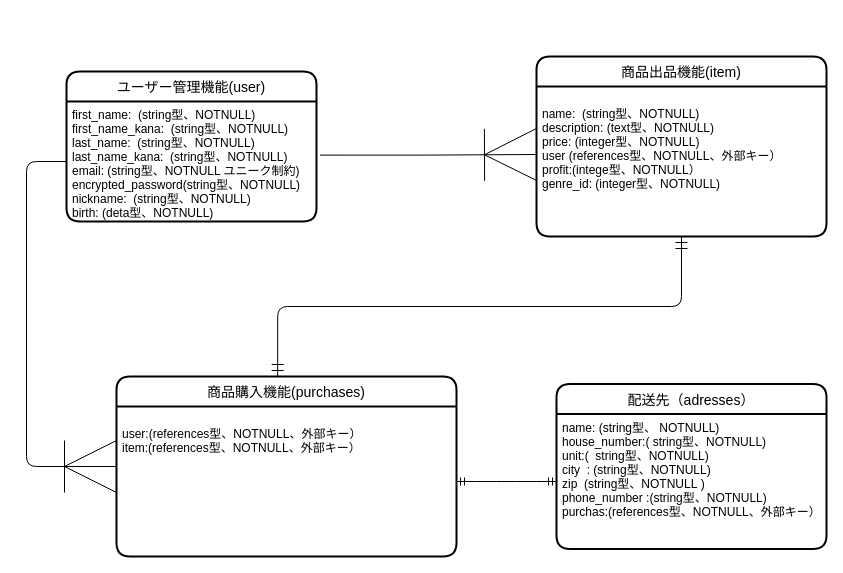
Earlier version of the draw.io diagram furima.dio (yoshiocamp/furima-40747). Source tidied: cells renumbered, new cells numbered last; positions are measured from the earlier drawing's top-left corner, leaving out a move shared by most shapes. Both pictures are drawn from the tidied source at 100%, with x=0, y=0 at pixel (26, 56).
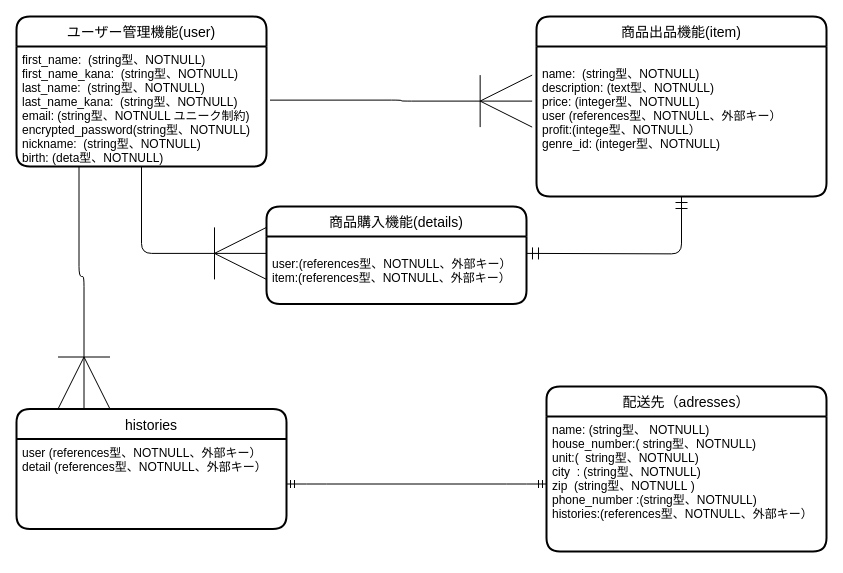
The same page after the edit.

Commit message (it also covers changes not shown here):
DB設計の修正４

The change refers to these unchanged cells:
```xml
<mxCell id="3" value="first_name:  (string型、NOTNULL)&#10;first_name_kana:  (string型、NOTNULL)&#10;last_name:  (string型、NOTNULL)&#10;last_name_kana:  (string型、NOTNULL)&#10;email: (string型、NOTNULL ユニーク制約)&#10;encrypted_password(string型、NOTNULL)&#10;nickname:  (string型、NOTNULL)&#10;birth: (deta型、NOTNULL)&#10;" style="align=left;strokeColor=none;fillColor=none;spacingLeft=4;fontSize=12;verticalAlign=top;" parent="2" vertex="1">
  <mxGeometry y="30" width="250" height="120" as="geometry" />
</mxCell>
<mxCell id="7" value="&#10;name:  (string型、NOTNULL)&#10;description: (text型、NOTNULL)&#10;price: (integer型、NOTNULL)&#10;user (references型、NOTNULL、外部キー）&#10;profit:(intege型、NOTNULL）&#10;genre_id: (integer型、NOTNULL)" style="align=left;strokeColor=none;fillColor=none;spacingLeft=4;fontSize=12;verticalAlign=top;" parent="6" vertex="1">
  <mxGeometry y="30" width="290" height="150" as="geometry" />
</mxCell>
```

Change to the diagram source:
```diff
@@
     <mxCell id="2" value="ユーザー管理機能(user)" style="swimlane;horizontal=1;startSize=30;rounded=1;fontSize=14;fontStyle=0;strokeWidth=2;shadow=0;dashed=0;align=center;" parent="1" vertex="1">
-      <mxGeometry x="40" y="15" width="250" height="150" as="geometry" />
+      <mxGeometry x="-10" y="-40" width="250" height="150" as="geometry" />
     </mxCell>
@@
-    <mxCell id="4" value="商品購入機能(purchases)" style="swimlane;horizontal=1;startSize=30;rounded=1;fontSize=14;fontStyle=0;strokeWidth=2;shadow=0;dashed=0;align=center;" parent="1" vertex="1">
-      <mxGeometry x="90" y="320" width="340" height="180" as="geometry" />
+    <mxCell id="4" value="商品購入機能(details)" style="swimlane;horizontal=1;startSize=30;rounded=1;fontSize=14;fontStyle=0;strokeWidth=2;shadow=0;dashed=0;align=center;" parent="1" vertex="1">
+      <mxGeometry x="240" y="150" width="260" height="97.5" as="geometry" />
     </mxCell>
     <mxCell id="5" value="&#10;user:(references型、NOTNULL、外部キー）&#10;item:(references型、NOTNULL、外部キー）&#10;" style="align=left;strokeColor=none;fillColor=none;spacingLeft=4;fontSize=12;verticalAlign=top;" parent="4" vertex="1">
-      <mxGeometry y="30" width="340" height="150" as="geometry" />
+      <mxGeometry y="30" width="260" height="67.5" as="geometry" />
     </mxCell>
     <mxCell id="6" value="商品出品機能(item)" style="swimlane;horizontal=1;startSize=30;rounded=1;fontSize=14;fontStyle=0;strokeWidth=2;shadow=0;dashed=0;align=center;" parent="1" vertex="1">
-      <mxGeometry x="510" width="290" height="180" as="geometry" />
+      <mxGeometry x="510" y="-40" width="290" height="180" as="geometry" />
     </mxCell>
@@
-    <mxCell id="8" style="edgeStyle=orthogonalEdgeStyle;fontSize=12;html=1;endArrow=ERoneToMany;exitX=1.014;exitY=0.447;exitDx=0;exitDy=0;exitPerimeter=0;endSize=50;startSize=10;targetPerimeterSpacing=0;sourcePerimeterSpacing=0;jumpSize=5;jumpStyle=none;" parent="1" edge="1" source="3">
-      <mxGeometry relative="1" as="geometry">
-        <mxPoint x="510" y="98" as="targetPoint" />
-      </mxGeometry>
+    <mxCell id="8" style="edgeStyle=orthogonalEdgeStyle;fontSize=12;html=1;endArrow=ERoneToMany;exitX=1.014;exitY=0.447;exitDx=0;exitDy=0;exitPerimeter=0;endSize=50;startSize=10;targetPerimeterSpacing=0;sourcePerimeterSpacing=0;jumpSize=5;jumpStyle=none;entryX=-0.015;entryY=0.364;entryDx=0;entryDy=0;entryPerimeter=0;" parent="1" edge="1" source="3" target="7">
+      <mxGeometry relative="1" as="geometry" />
     </mxCell>
-    <mxCell id="9" style="edgeStyle=orthogonalEdgeStyle;fontSize=12;html=1;endArrow=ERoneToMany;startSize=10;endSize=50;sourcePerimeterSpacing=0;targetPerimeterSpacing=0;jumpStyle=none;jumpSize=5;entryX=0;entryY=0.5;entryDx=0;entryDy=0;exitX=0;exitY=0.5;exitDx=0;exitDy=0;" parent="1" edge="1" source="3" target="4">
+    <mxCell id="9" style="edgeStyle=orthogonalEdgeStyle;fontSize=12;html=1;endArrow=ERoneToMany;startSize=10;endSize=50;sourcePerimeterSpacing=0;targetPerimeterSpacing=0;jumpStyle=none;jumpSize=5;exitX=0.5;exitY=1;exitDx=0;exitDy=0;entryX=0;entryY=0.25;entryDx=0;entryDy=0;" parent="1" edge="1" source="3">
       <mxGeometry relative="1" as="geometry">
+        <mxPoint x="240" y="196.9" as="targetPoint" />
         <Array as="points">
-          <mxPoint y="105" />
-          <mxPoint y="410" />
+          <mxPoint x="115" y="197" />
         </Array>
       </mxGeometry>
     </mxCell>
-    <mxCell id="10" style="fontSize=12;html=1;endArrow=ERmandOne;startArrow=ERmandOne;startSize=10;endSize=10;sourcePerimeterSpacing=0;targetPerimeterSpacing=0;jumpStyle=none;jumpSize=5;entryX=0.5;entryY=1;entryDx=0;entryDy=0;exitX=0.474;exitY=0;exitDx=0;exitDy=0;edgeStyle=orthogonalEdgeStyle;exitPerimeter=0;" parent="1" edge="1" source="4" target="7">
-      <mxGeometry relative="1" as="geometry" />
+    <mxCell id="10" style="fontSize=12;html=1;endArrow=ERmandOne;startArrow=ERmandOne;startSize=10;endSize=10;sourcePerimeterSpacing=0;targetPerimeterSpacing=0;jumpStyle=none;jumpSize=5;entryX=0.5;entryY=1;entryDx=0;entryDy=0;exitX=1;exitY=0.25;exitDx=0;exitDy=0;edgeStyle=orthogonalEdgeStyle;" parent="1" edge="1" target="7">
+      <mxGeometry relative="1" as="geometry">
+        <mxPoint x="500" y="196.9" as="sourcePoint" />
+      </mxGeometry>
     </mxCell>
     <mxCell id="11" value="配送先（adresses）" style="swimlane;horizontal=1;startSize=30;rounded=1;fontSize=14;fontStyle=0;strokeWidth=2;shadow=0;dashed=0;align=center;" parent="1" vertex="1">
-      <mxGeometry x="530" y="327.5" width="270" height="165" as="geometry" />
+      <mxGeometry x="520" y="330" width="280" height="165" as="geometry" />
     </mxCell>
-    <mxCell id="12" value="name: (string型、 NOTNULL)&#10;house_number:( string型、NOTNULL)&#10;unit:(  string型、NOTNULL)        &#10;city  : (string型、NOTNULL)            &#10;zip  (string型、NOTNULL )       &#10;phone_number :(string型、NOTNULL)&#10;purchas:(references型、NOTNULL、外部キー）&#10;" style="align=left;strokeColor=none;fillColor=none;spacingLeft=4;fontSize=12;verticalAlign=top;" parent="11" vertex="1">
-      <mxGeometry y="30" width="270" height="135" as="geometry" />
+    <mxCell id="12" value="name: (string型、 NOTNULL)&#10;house_number:( string型、NOTNULL)&#10;unit:(  string型、NOTNULL)        &#10;city  : (string型、NOTNULL)            &#10;zip  (string型、NOTNULL )       &#10;phone_number :(string型、NOTNULL)&#10;histories:(references型、NOTNULL、外部キー）&#10;" style="align=left;strokeColor=none;fillColor=none;spacingLeft=4;fontSize=12;verticalAlign=top;" parent="11" vertex="1">
+      <mxGeometry y="30" width="280" height="135" as="geometry" />
     </mxCell>
-    <mxCell id="13" style="edgeStyle=entityRelationEdgeStyle;fontSize=12;html=1;endArrow=ERmandOne;startArrow=ERmandOne;exitX=1;exitY=0.5;exitDx=0;exitDy=0;entryX=0;entryY=0.5;entryDx=0;entryDy=0;" parent="1" edge="1" source="5" target="12">
+    <mxCell id="13" style="edgeStyle=entityRelationEdgeStyle;fontSize=12;html=1;endArrow=ERmandOne;startArrow=ERmandOne;entryX=0;entryY=0.5;entryDx=0;entryDy=0;exitX=1;exitY=0.5;exitDx=0;exitDy=0;" parent="1" edge="1" source="16" target="12">
       <mxGeometry relative="1" as="geometry" />
     </mxCell>
+    <mxCell id="14" value="histories" style="swimlane;horizontal=1;startSize=30;rounded=1;fontSize=14;fontStyle=0;strokeWidth=2;shadow=0;dashed=0;align=center;" parent="1" vertex="1">
+      <mxGeometry x="-10" y="352.5" width="270" height="120" as="geometry" />
+    </mxCell>
+    <mxCell id="15" style="edgeStyle=none;html=1;" parent="14" edge="1" source="16" target="14">
+      <mxGeometry relative="1" as="geometry" />
+    </mxCell>
+    <mxCell id="16" value="user (references型、NOTNULL、外部キー）&#10;detail (references型、NOTNULL、外部キー）" style="align=left;strokeColor=none;fillColor=none;spacingLeft=4;fontSize=12;verticalAlign=top;" parent="14" vertex="1">
+      <mxGeometry y="30" width="270" height="90" as="geometry" />
+    </mxCell>
+    <mxCell id="17" style="edgeStyle=orthogonalEdgeStyle;fontSize=12;html=1;endArrow=ERoneToMany;startSize=10;endSize=50;sourcePerimeterSpacing=0;targetPerimeterSpacing=0;jumpStyle=none;jumpSize=5;exitX=0.25;exitY=1;exitDx=0;exitDy=0;entryX=0.25;entryY=0;entryDx=0;entryDy=0;" parent="1" edge="1" source="3" target="14">
+      <mxGeometry relative="1" as="geometry">
+        <Array as="points">
+          <mxPoint x="52" y="220" />
+          <mxPoint x="58" y="220" />
+        </Array>
+      </mxGeometry>
+    </mxCell>
```
